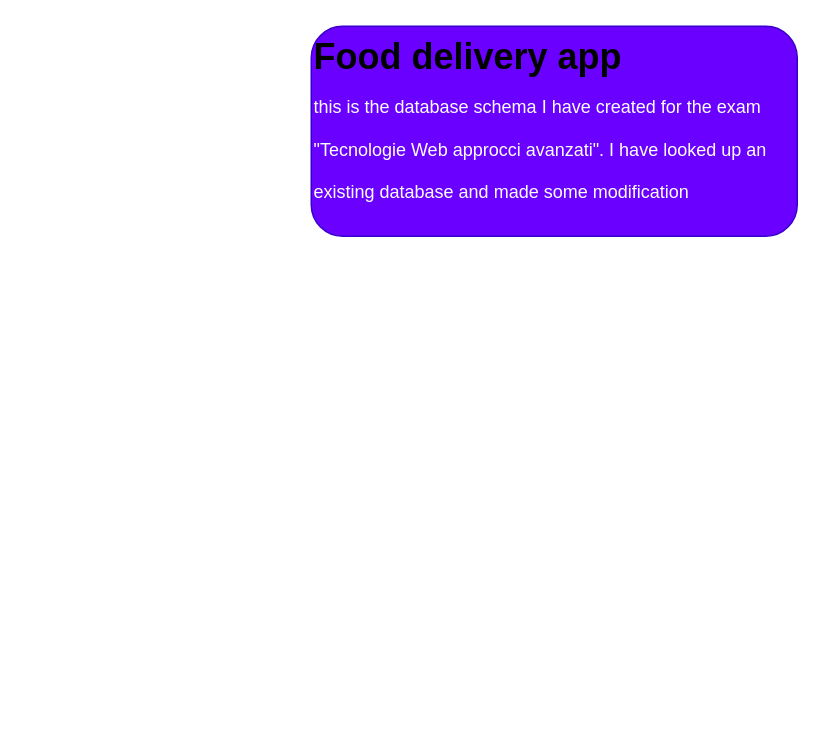
This is db_schema/test-db.drawio from alessiotucci/congenial-octo-meme, a draw.io file, before an edit. Source tidied: cells renumbered, new cells numbered last; positions are measured from the earlier drawing's top-left corner, leaving out a move shared by most shapes. Both pictures are drawn from the tidied source at 150%, with x=0, y=0 at pixel (310, 26).
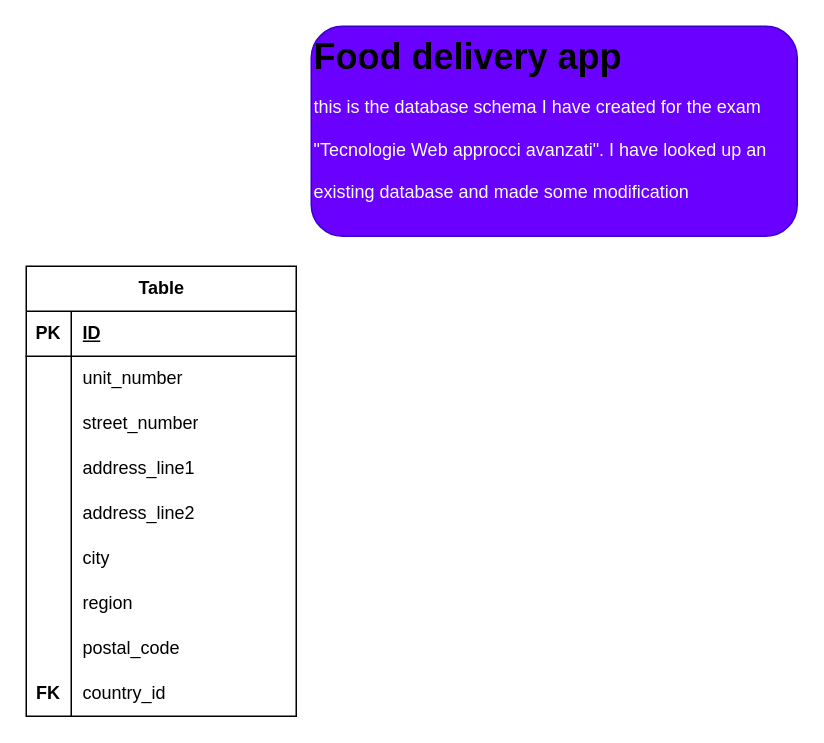
The same page after the edit.

Change to the diagram source:
```diff
@@
+    <mxCell id="3" value="Table" style="shape=table;startSize=30;childLayout=tableLayout;rowLines=0;fontStyle=1;align=center;html=1;" parent="1" vertex="1">
+      <mxGeometry x="-190" y="160" width="180" height="300" as="geometry" />
+    </mxCell>
+    <mxCell id="4" style="shape=tableRow;horizontal=0;startSize=0;swimlaneHead=0;swimlaneBody=0;fillColor=none;top=0;left=0;right=0;bottom=1;" parent="3" vertex="1">
+      <mxGeometry y="30" width="180" height="30" as="geometry" />
+    </mxCell>
+    <mxCell id="5" value="PK" style="shape=partialRectangle;fillColor=none;top=0;left=0;bottom=0;right=0;fontStyle=1;overflow=hidden;whiteSpace=wrap;html=1;" parent="4" vertex="1">
+      <mxGeometry width="30" height="30" as="geometry" />
+    </mxCell>
+    <mxCell id="6" value="ID" style="shape=partialRectangle;fillColor=none;top=0;left=0;bottom=0;right=0;align=left;spacingLeft=6;fontStyle=5;overflow=hidden;whiteSpace=wrap;html=1;" parent="4" vertex="1">
+      <mxGeometry x="30" width="150" height="30" as="geometry" />
+    </mxCell>
+    <mxCell id="7" style="shape=tableRow;horizontal=0;startSize=0;swimlaneHead=0;swimlaneBody=0;fillColor=none;top=0;left=0;right=0;bottom=0;" parent="3" vertex="1">
+      <mxGeometry y="60" width="180" height="30" as="geometry" />
+    </mxCell>
+    <mxCell id="8" style="shape=partialRectangle;fillColor=none;top=0;left=0;bottom=0;right=0;overflow=hidden;whiteSpace=wrap;html=1;" parent="7" vertex="1">
+      <mxGeometry width="30" height="30" as="geometry" />
+    </mxCell>
+    <mxCell id="9" value="unit_number" style="shape=partialRectangle;fillColor=none;top=0;left=0;bottom=0;right=0;align=left;spacingLeft=6;overflow=hidden;whiteSpace=wrap;html=1;" parent="7" vertex="1">
+      <mxGeometry x="30" width="150" height="30" as="geometry" />
+    </mxCell>
+    <mxCell id="10" style="shape=tableRow;horizontal=0;startSize=0;swimlaneHead=0;swimlaneBody=0;fillColor=none;top=0;left=0;right=0;bottom=0;" parent="3" vertex="1">
+      <mxGeometry y="90" width="180" height="30" as="geometry" />
+    </mxCell>
+    <mxCell id="11" style="shape=partialRectangle;fillColor=none;top=0;left=0;bottom=0;right=0;overflow=hidden;whiteSpace=wrap;html=1;" parent="10" vertex="1">
+      <mxGeometry width="30" height="30" as="geometry" />
+    </mxCell>
+    <mxCell id="12" value="street_number" style="shape=partialRectangle;fillColor=none;top=0;left=0;bottom=0;right=0;align=left;spacingLeft=6;overflow=hidden;whiteSpace=wrap;html=1;" parent="10" vertex="1">
+      <mxGeometry x="30" width="150" height="30" as="geometry" />
+    </mxCell>
+    <mxCell id="13" style="shape=tableRow;horizontal=0;startSize=0;swimlaneHead=0;swimlaneBody=0;fillColor=none;top=0;left=0;right=0;bottom=0;" parent="3" vertex="1">
+      <mxGeometry y="120" width="180" height="30" as="geometry" />
+    </mxCell>
+    <mxCell id="14" style="shape=partialRectangle;fillColor=none;top=0;left=0;bottom=0;right=0;overflow=hidden;whiteSpace=wrap;html=1;" parent="13" vertex="1">
+      <mxGeometry width="30" height="30" as="geometry" />
+    </mxCell>
+    <mxCell id="15" value="address_line1" style="shape=partialRectangle;fillColor=none;top=0;left=0;bottom=0;right=0;align=left;spacingLeft=6;overflow=hidden;whiteSpace=wrap;html=1;" parent="13" vertex="1">
+      <mxGeometry x="30" width="150" height="30" as="geometry" />
+    </mxCell>
+    <mxCell id="16" style="shape=tableRow;horizontal=0;startSize=0;swimlaneHead=0;swimlaneBody=0;fillColor=none;top=0;left=0;right=0;bottom=0;" parent="3" vertex="1">
+      <mxGeometry y="150" width="180" height="30" as="geometry" />
+    </mxCell>
+    <mxCell id="17" style="shape=partialRectangle;fillColor=none;top=0;left=0;bottom=0;right=0;overflow=hidden;whiteSpace=wrap;html=1;" parent="16" vertex="1">
+      <mxGeometry width="30" height="30" as="geometry" />
+    </mxCell>
+    <mxCell id="18" value="address_line2" style="shape=partialRectangle;fillColor=none;top=0;left=0;bottom=0;right=0;align=left;spacingLeft=6;overflow=hidden;whiteSpace=wrap;html=1;" parent="16" vertex="1">
+      <mxGeometry x="30" width="150" height="30" as="geometry" />
+    </mxCell>
+    <mxCell id="19" style="shape=tableRow;horizontal=0;startSize=0;swimlaneHead=0;swimlaneBody=0;fillColor=none;top=0;left=0;right=0;bottom=0;" parent="3" vertex="1">
+      <mxGeometry y="180" width="180" height="30" as="geometry" />
+    </mxCell>
+    <mxCell id="20" style="shape=partialRectangle;fillColor=none;top=0;left=0;bottom=0;right=0;overflow=hidden;whiteSpace=wrap;html=1;" parent="19" vertex="1">
+      <mxGeometry width="30" height="30" as="geometry" />
+    </mxCell>
+    <mxCell id="21" value="city" style="shape=partialRectangle;fillColor=none;top=0;left=0;bottom=0;right=0;align=left;spacingLeft=6;overflow=hidden;whiteSpace=wrap;html=1;" parent="19" vertex="1">
+      <mxGeometry x="30" width="150" height="30" as="geometry" />
+    </mxCell>
+    <mxCell id="22" style="shape=tableRow;horizontal=0;startSize=0;swimlaneHead=0;swimlaneBody=0;fillColor=none;top=0;left=0;right=0;bottom=0;" parent="3" vertex="1">
+      <mxGeometry y="210" width="180" height="30" as="geometry" />
+    </mxCell>
+    <mxCell id="23" style="shape=partialRectangle;fillColor=none;top=0;left=0;bottom=0;right=0;overflow=hidden;whiteSpace=wrap;html=1;" parent="22" vertex="1">
+      <mxGeometry width="30" height="30" as="geometry" />
+    </mxCell>
+    <mxCell id="24" value="region" style="shape=partialRectangle;fillColor=none;top=0;left=0;bottom=0;right=0;align=left;spacingLeft=6;overflow=hidden;whiteSpace=wrap;html=1;" parent="22" vertex="1">
+      <mxGeometry x="30" width="150" height="30" as="geometry" />
+    </mxCell>
+    <mxCell id="25" style="shape=tableRow;horizontal=0;startSize=0;swimlaneHead=0;swimlaneBody=0;fillColor=none;top=0;left=0;right=0;bottom=0;" parent="3" vertex="1">
+      <mxGeometry y="240" width="180" height="30" as="geometry" />
+    </mxCell>
+    <mxCell id="26" style="shape=partialRectangle;fillColor=none;top=0;left=0;bottom=0;right=0;overflow=hidden;whiteSpace=wrap;html=1;" parent="25" vertex="1">
+      <mxGeometry width="30" height="30" as="geometry" />
+    </mxCell>
+    <mxCell id="27" value="postal_code" style="shape=partialRectangle;fillColor=none;top=0;left=0;bottom=0;right=0;align=left;spacingLeft=6;overflow=hidden;whiteSpace=wrap;html=1;" parent="25" vertex="1">
+      <mxGeometry x="30" width="150" height="30" as="geometry" />
+    </mxCell>
+    <mxCell id="28" style="shape=tableRow;horizontal=0;startSize=0;swimlaneHead=0;swimlaneBody=0;fillColor=none;top=0;left=0;right=0;bottom=0;" parent="3" vertex="1">
+      <mxGeometry y="270" width="180" height="30" as="geometry" />
+    </mxCell>
+    <mxCell id="29" value="&lt;b&gt;FK&lt;/b&gt;" style="shape=partialRectangle;fillColor=none;top=0;left=0;bottom=0;right=0;overflow=hidden;whiteSpace=wrap;html=1;" parent="28" vertex="1">
+      <mxGeometry width="30" height="30" as="geometry" />
+    </mxCell>
+    <mxCell id="30" value="country_id" style="shape=partialRectangle;fillColor=none;top=0;left=0;bottom=0;right=0;align=left;spacingLeft=6;overflow=hidden;whiteSpace=wrap;html=1;" parent="28" vertex="1">
+      <mxGeometry x="30" width="150" height="30" as="geometry" />
+    </mxCell>
```
